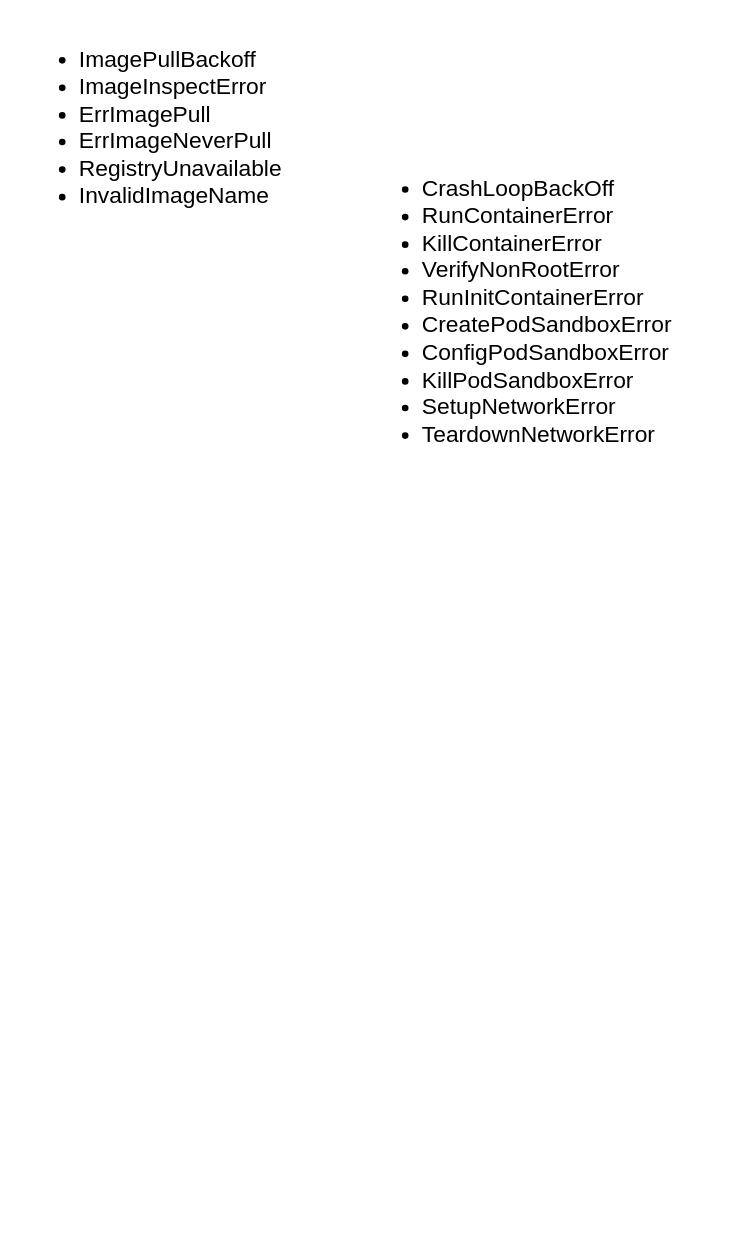
Earlier version of the draw.io diagram troubleshootingk8s.drawio (iam-veeramalla/design_diagrams). Source tidied: cells renumbered, new cells numbered last; positions are measured from the earlier drawing's top-left corner, leaving out a move shared by most shapes. Both pictures are drawn from the tidied source at 95%, with x=0, y=0 at pixel (39, 16).
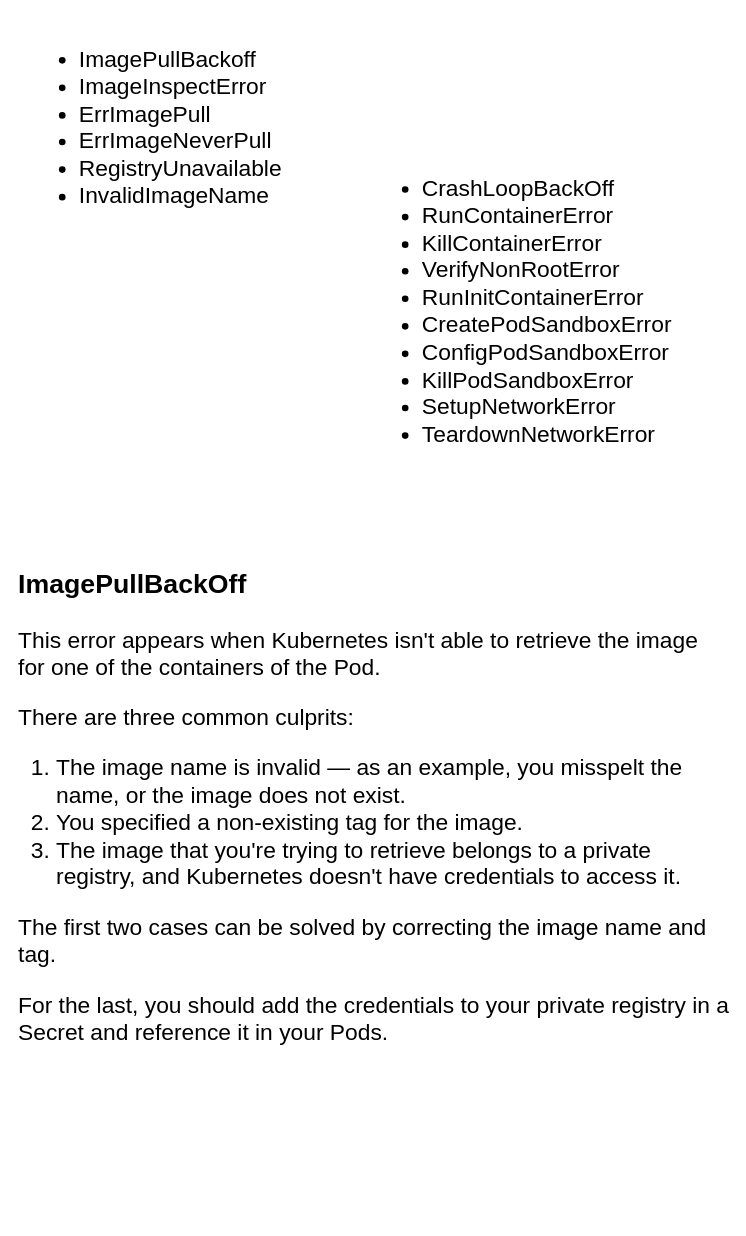
Above is the later version.

What changed in the source:
```diff
@@
 <mxGraphModel>
   <root>
     <mxCell id="0" />
     <mxCell id="1" parent="0" />
     <mxCell id="2" value="&lt;ul&gt;&lt;li class=&quot;lh-copy f4 mv1 measure-wide&quot;&gt;ImagePullBackoff&lt;/li&gt;&lt;li class=&quot;lh-copy f4 mv1 measure-wide&quot;&gt;ImageInspectError&lt;/li&gt;&lt;li class=&quot;lh-copy f4 mv1 measure-wide&quot;&gt;ErrImagePull&lt;/li&gt;&lt;li class=&quot;lh-copy f4 mv1 measure-wide&quot;&gt;ErrImageNeverPull&lt;/li&gt;&lt;li class=&quot;lh-copy f4 mv1 measure-wide&quot;&gt;RegistryUnavailable&lt;/li&gt;&lt;li class=&quot;lh-copy f4 mv1 measure-wide&quot;&gt;InvalidImageName&lt;/li&gt;&lt;/ul&gt;" style="text;whiteSpace=wrap;html=1;fontSize=24;" parent="1" vertex="1">
       <mxGeometry width="281" height="261" as="geometry" />
     </mxCell>
     <mxCell id="3" value="&lt;ul&gt;&lt;li class=&quot;lh-copy f4 mv1 measure-wide&quot;&gt;CrashLoopBackOff&lt;/li&gt;&lt;li class=&quot;lh-copy f4 mv1 measure-wide&quot;&gt;RunContainerError&lt;/li&gt;&lt;li class=&quot;lh-copy f4 mv1 measure-wide&quot;&gt;KillContainerError&lt;/li&gt;&lt;li class=&quot;lh-copy f4 mv1 measure-wide&quot;&gt;VerifyNonRootError&lt;/li&gt;&lt;li class=&quot;lh-copy f4 mv1 measure-wide&quot;&gt;RunInitContainerError&lt;/li&gt;&lt;li class=&quot;lh-copy f4 mv1 measure-wide&quot;&gt;CreatePodSandboxError&lt;/li&gt;&lt;li class=&quot;lh-copy f4 mv1 measure-wide&quot;&gt;ConfigPodSandboxError&lt;/li&gt;&lt;li class=&quot;lh-copy f4 mv1 measure-wide&quot;&gt;KillPodSandboxError&lt;/li&gt;&lt;li class=&quot;lh-copy f4 mv1 measure-wide&quot;&gt;SetupNetworkError&lt;/li&gt;&lt;li class=&quot;lh-copy f4 mv1 measure-wide&quot;&gt;TeardownNetworkError&lt;/li&gt;&lt;/ul&gt;" style="text;whiteSpace=wrap;html=1;fontSize=24;" parent="1" vertex="1">
       <mxGeometry x="361" y="136" width="331" height="388" as="geometry" />
     </mxCell>
+    <mxCell id="4" value="&lt;h3 id=&quot;imagepullbackoff&quot; class=&quot;f3 pt3&quot;&gt;ImagePullBackOff&lt;/h3&gt;&lt;p class=&quot;lh-copy measure-wide f4&quot;&gt;This error appears when Kubernetes isn't able to retrieve the image for one of the containers of the Pod.&lt;/p&gt;&lt;p class=&quot;lh-copy measure-wide f4&quot;&gt;There are three common culprits:&lt;/p&gt;&lt;ol&gt;&lt;li class=&quot;lh-copy f4 mv1 measure-wide&quot;&gt;The image name is invalid — as an example, you misspelt the name, or the image does not exist.&lt;/li&gt;&lt;li class=&quot;lh-copy f4 mv1 measure-wide&quot;&gt;You specified a non-existing tag for the image.&lt;/li&gt;&lt;li class=&quot;lh-copy f4 mv1 measure-wide&quot;&gt;The image that you're trying to retrieve belongs to a private registry, and Kubernetes doesn't have credentials to access it.&lt;/li&gt;&lt;/ol&gt;&lt;p class=&quot;lh-copy measure-wide f4&quot;&gt;The first two cases can be solved by correcting the image name and tag.&lt;/p&gt;&lt;p class=&quot;lh-copy measure-wide f4&quot;&gt;For the last, you should add the credentials to your private registry in a Secret and reference it in your Pods.&lt;/p&gt;" style="text;whiteSpace=wrap;html=1;fontSize=24;" parent="1" vertex="1">
+      <mxGeometry x="-24" y="546" width="751" height="721" as="geometry" />
+    </mxCell>
   </root>
 </mxGraphModel>
```
